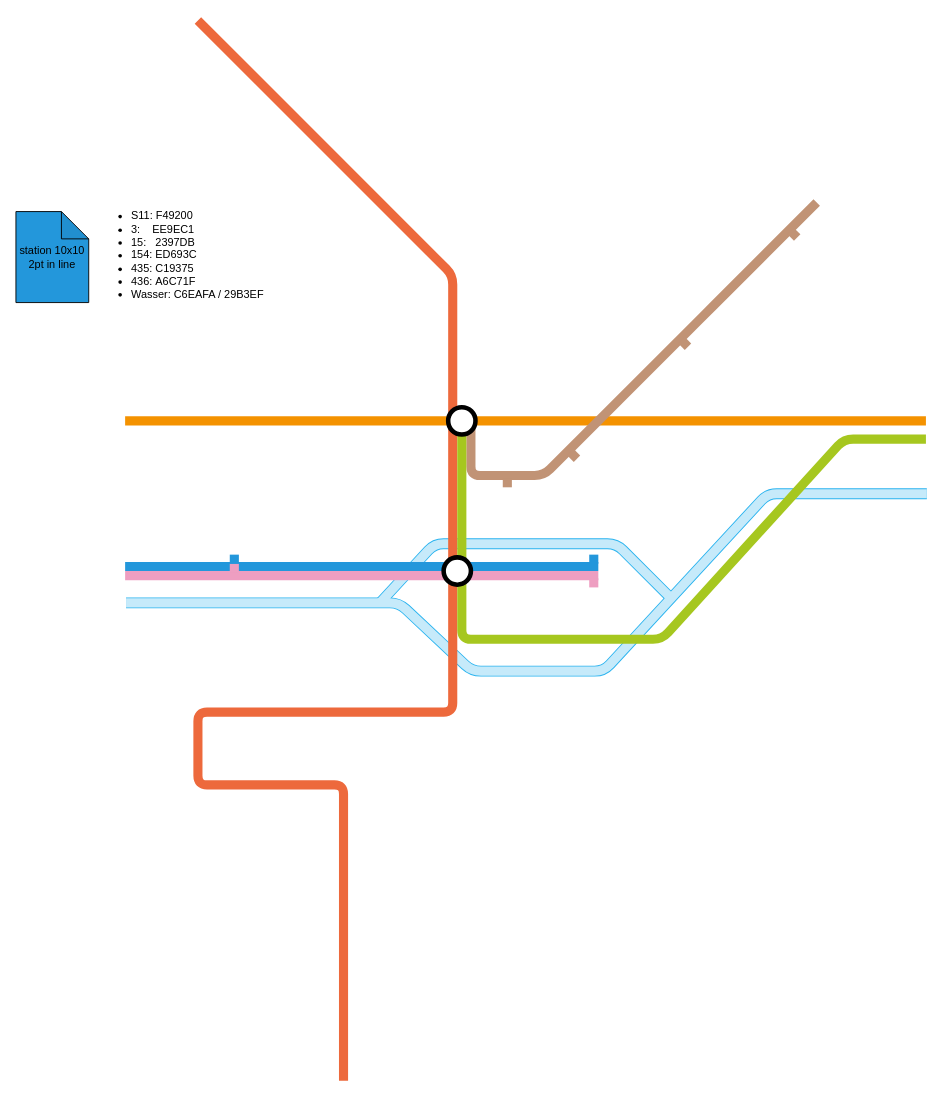
This is DellTube.drawio from macphil/delltube, a draw.io file, before an edit. Source tidied: cells renumbered, new cells numbered last; positions are measured from the earlier drawing's top-left corner, leaving out a move shared by most shapes. Both pictures are drawn from the tidied source at 91%, with x=0, y=0 at pixel (15, 20).
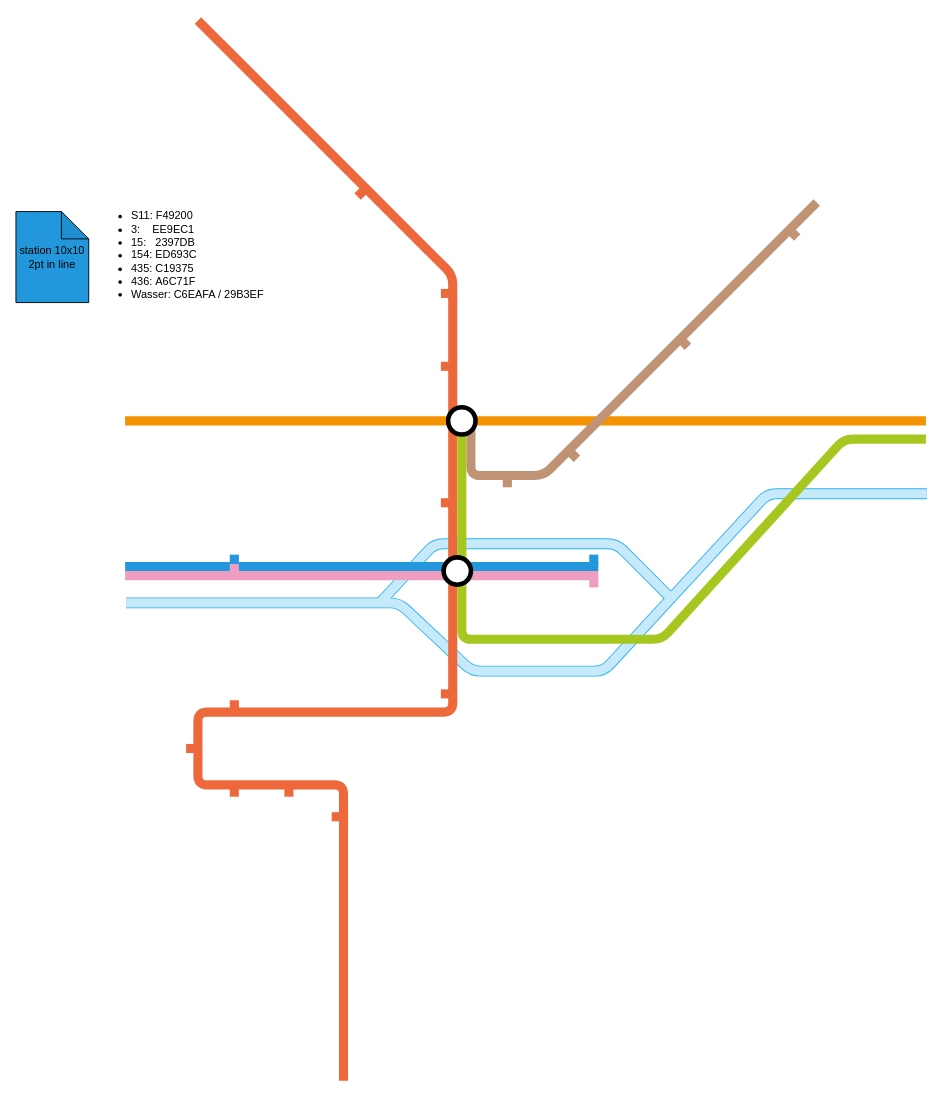
The same diagram, later.

Change to the diagram source:
```diff
@@
+    <mxCell id="27" style="whiteSpace=wrap;html=1;fillColor=#ED693C;strokeColor=none;" parent="13" vertex="1">
+      <mxGeometry x="467" y="375" width="10" height="10" as="geometry" />
+    </mxCell>
+    <mxCell id="28" style="whiteSpace=wrap;html=1;fillColor=#ED693C;strokeColor=none;" parent="13" vertex="1">
+      <mxGeometry x="467" y="295" width="10" height="10" as="geometry" />
+    </mxCell>
+    <mxCell id="29" style="whiteSpace=wrap;html=1;fillColor=#ED693C;strokeColor=none;rotation=45;" parent="13" vertex="1">
+      <mxGeometry x="374" y="185" width="10" height="10" as="geometry" />
+    </mxCell>
+    <mxCell id="30" style="whiteSpace=wrap;html=1;fillColor=#ED693C;strokeColor=none;" parent="13" vertex="1">
+      <mxGeometry x="467" y="525" width="10" height="10" as="geometry" />
+    </mxCell>
+    <mxCell id="31" style="whiteSpace=wrap;html=1;fillColor=#ED693C;strokeColor=none;" parent="13" vertex="1">
+      <mxGeometry x="467" y="735" width="10" height="10" as="geometry" />
+    </mxCell>
+    <mxCell id="32" style="whiteSpace=wrap;html=1;fillColor=#ED693C;strokeColor=none;" parent="13" vertex="1">
+      <mxGeometry x="235" y="747" width="10" height="10" as="geometry" />
+    </mxCell>
+    <mxCell id="33" style="whiteSpace=wrap;html=1;fillColor=#ED693C;strokeColor=none;" parent="13" vertex="1">
+      <mxGeometry x="187" y="795" width="10" height="10" as="geometry" />
+    </mxCell>
+    <mxCell id="34" style="whiteSpace=wrap;html=1;fillColor=#ED693C;strokeColor=none;" parent="13" vertex="1">
+      <mxGeometry x="235" y="843" width="10" height="10" as="geometry" />
+    </mxCell>
+    <mxCell id="35" style="whiteSpace=wrap;html=1;fillColor=#ED693C;strokeColor=none;" parent="13" vertex="1">
+      <mxGeometry x="295" y="843" width="10" height="10" as="geometry" />
+    </mxCell>
+    <mxCell id="36" style="whiteSpace=wrap;html=1;fillColor=#ED693C;strokeColor=none;" parent="13" vertex="1">
+      <mxGeometry x="347" y="870" width="10" height="10" as="geometry" />
+    </mxCell>
```
